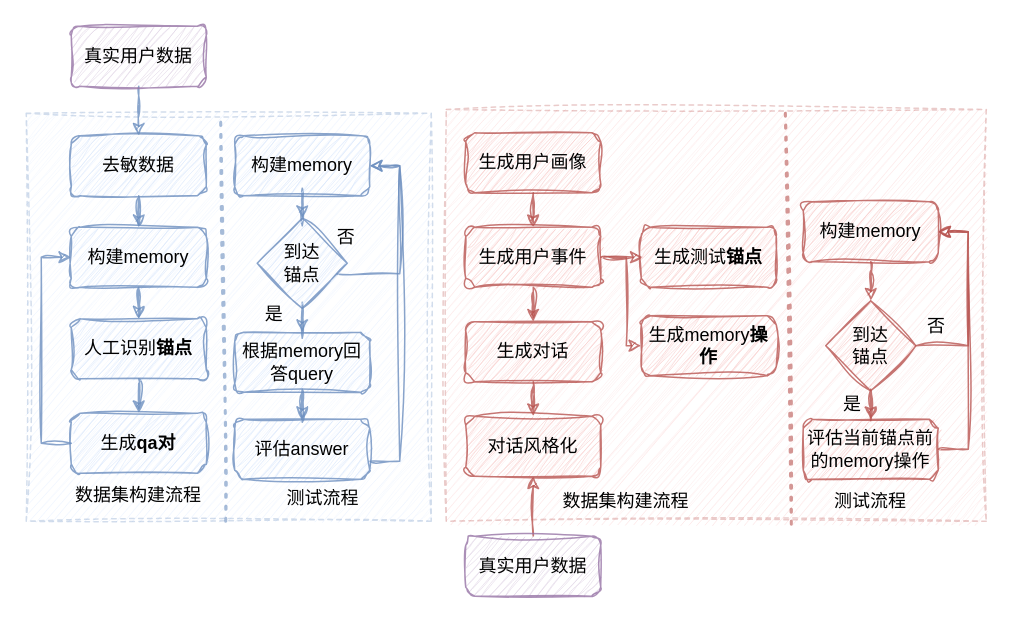
This is drawioFile/memoryos-eval.drawio from Olive-2019/drawio-source, a draw.io file, before an edit. Source tidied: cells renumbered, new cells numbered last; positions are measured from the earlier drawing's top-left corner, leaving out a move shared by most shapes. Both pictures are drawn from the tidied source at 150%, with x=0, y=0 at pixel (26, 26).
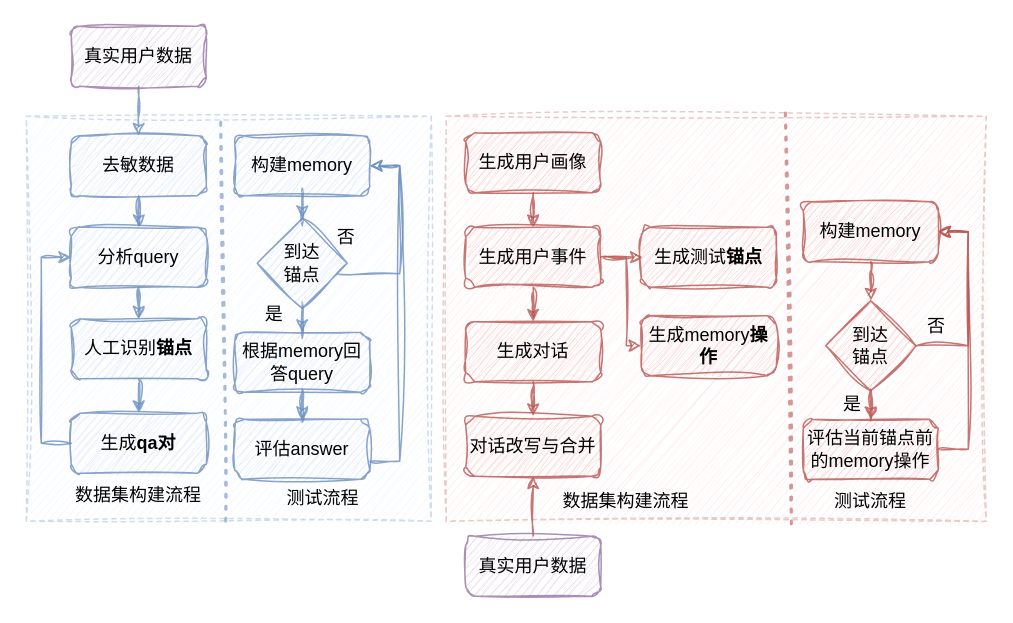
The same page after the edit.

Change to the diagram source:
```diff
@@
     <mxCell id="2" style="rounded=0;whiteSpace=wrap;html=1;dashed=1;sketch=1;curveFitting=1;jiggle=2;fillColor=#f8cecc;strokeColor=#b85450;opacity=30;" parent="1" vertex="1">
-      <mxGeometry x="280" y="55.5" width="360" height="274.5" as="geometry" />
+      <mxGeometry x="280" y="60" width="360" height="270" as="geometry" />
     </mxCell>
     <mxCell id="3" style="rounded=0;whiteSpace=wrap;html=1;dashed=1;sketch=1;curveFitting=1;jiggle=2;fillColor=#dae8fc;strokeColor=#6c8ebf;opacity=30;" parent="1" vertex="1">
-      <mxGeometry y="58" width="270" height="272" as="geometry" />
+      <mxGeometry y="60" width="270" height="270" as="geometry" />
     </mxCell>
@@
-    <mxCell id="9" value="构建memory" style="rounded=1;whiteSpace=wrap;html=1;fillColor=#dae8fc;strokeColor=#6c8ebf;sketch=1;curveFitting=1;jiggle=2;opacity=80;" parent="1" vertex="1">
+    <mxCell id="9" value="分析query" style="rounded=1;whiteSpace=wrap;html=1;fillColor=#dae8fc;strokeColor=#6c8ebf;sketch=1;curveFitting=1;jiggle=2;opacity=80;" parent="1" vertex="1">
       <mxGeometry x="30" y="134" width="90" height="40" as="geometry" />
     </mxCell>
@@
-    <mxCell id="34" value="对话风格化" style="rounded=1;whiteSpace=wrap;html=1;fillColor=#f8cecc;strokeColor=#b85450;sketch=1;curveFitting=1;jiggle=2;opacity=80;" parent="1" vertex="1">
+    <mxCell id="34" value="对话改写与合并" style="rounded=1;whiteSpace=wrap;html=1;fillColor=#f8cecc;strokeColor=#b85450;sketch=1;curveFitting=1;jiggle=2;opacity=80;" parent="1" vertex="1">
       <mxGeometry x="293" y="260" width="90" height="40" as="geometry" />
     </mxCell>
```
